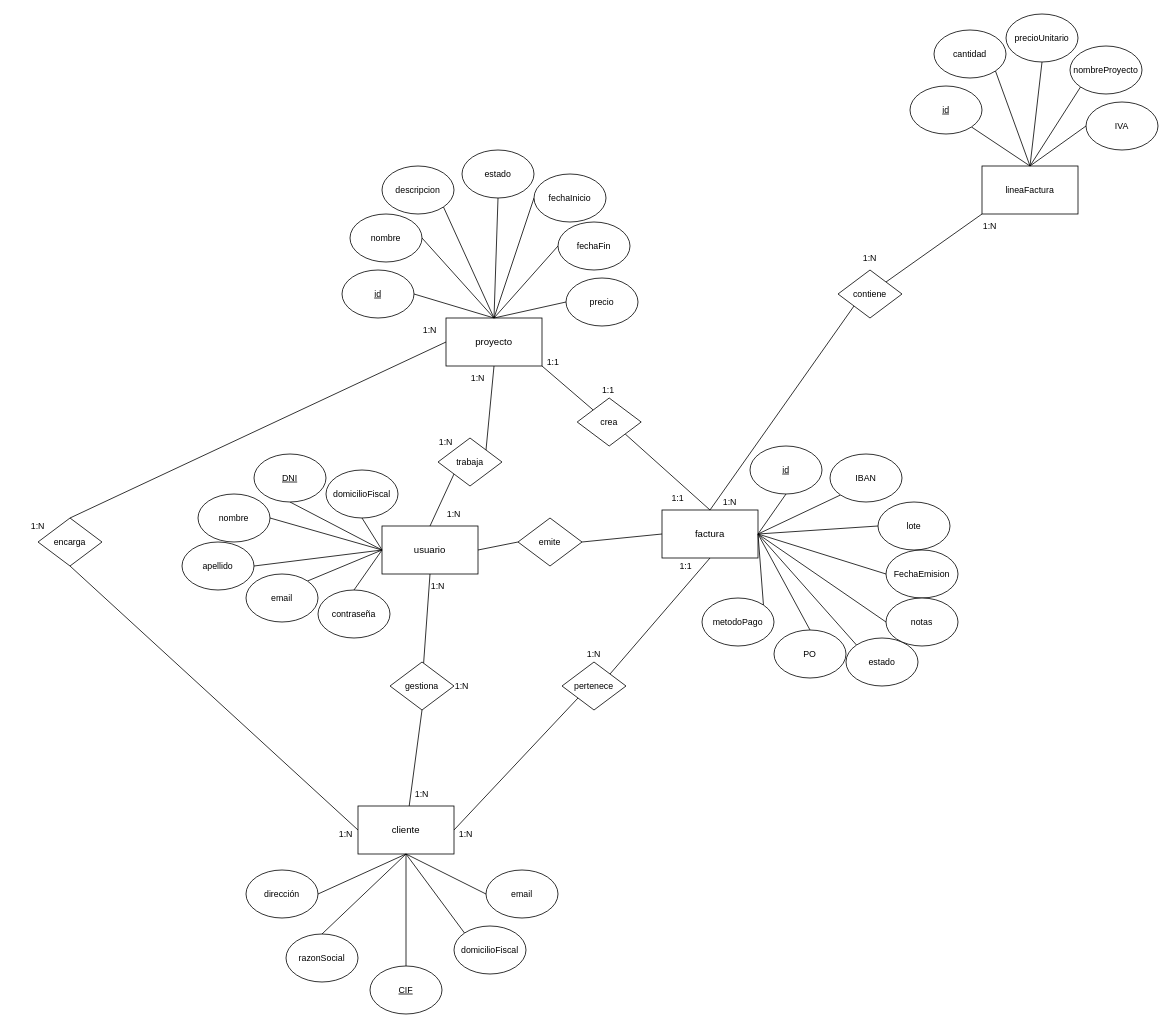
The draw.io diagram Diagrama sin título.drawio in DesSussu/CRUD, before the edit. Source tidied: cells renumbered, new cells numbered last; positions are measured from the earlier drawing's top-left corner, leaving out a move shared by most shapes. Both pictures are drawn from the tidied source at 80%, with x=0, y=0 at pixel (14, 14).
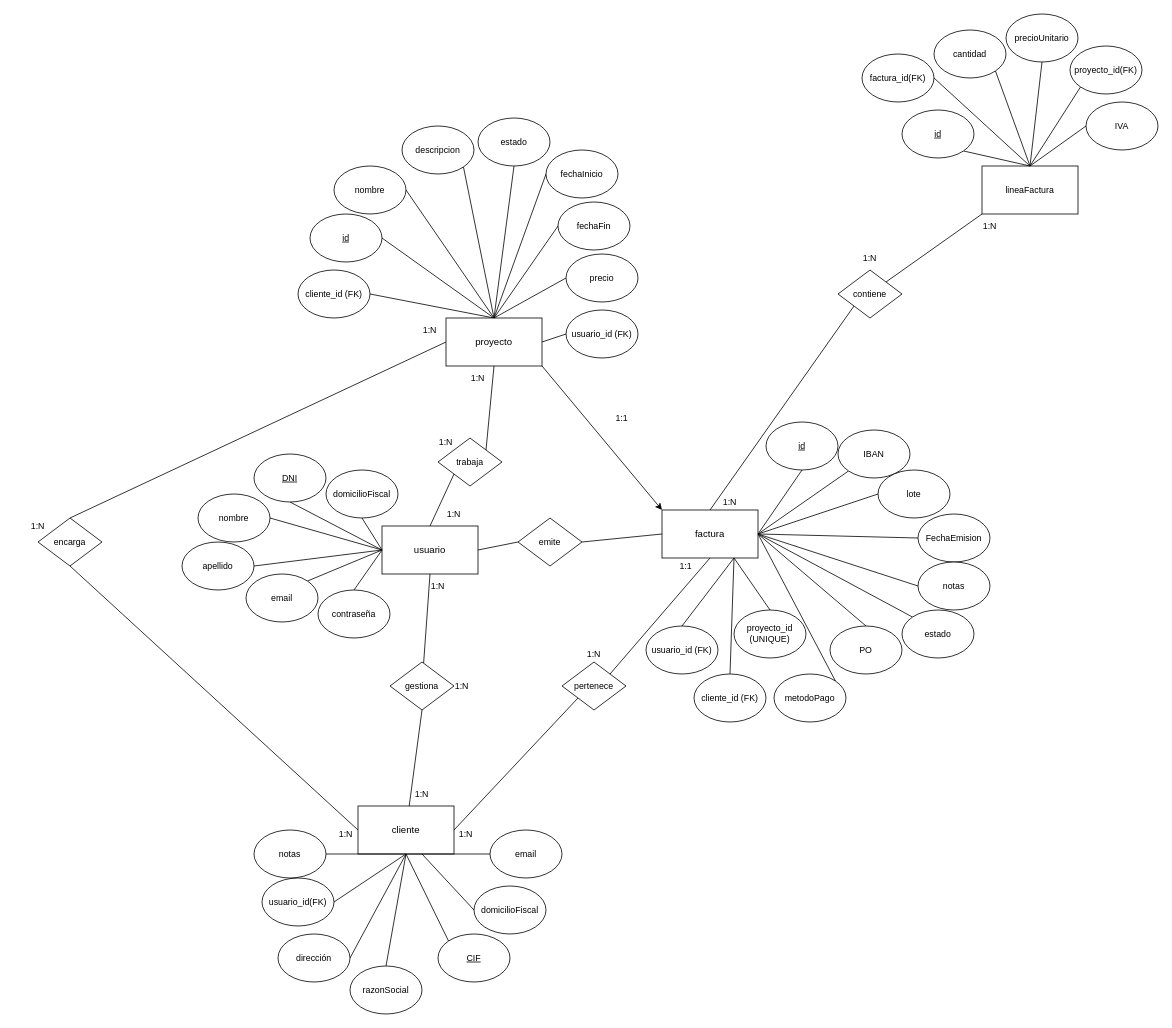
The same page after the edit.

The change refers to these unchanged cells:
```xml
<mxCell id="4" value="factura" style="rounded=0;whiteSpace=wrap;html=1;" parent="1" vertex="1">
  <mxGeometry x="810" y="620" width="120" height="60" as="geometry" />
</mxCell>
<mxCell id="5" value="cliente" style="rounded=0;whiteSpace=wrap;html=1;" parent="1" vertex="1">
  <mxGeometry x="430" y="990" width="120" height="60" as="geometry" />
</mxCell>
<mxCell id="11" value="proyecto" style="rounded=0;whiteSpace=wrap;html=1;" parent="1" vertex="1">
  <mxGeometry x="540" y="380" width="120" height="60" as="geometry" />
</mxCell>
```

The edit, as a diff of the source:
```diff
@@
+    <mxCell id="109" style="edgeStyle=none;shape=connector;rounded=0;jettySize=auto;html=1;exitX=0.5;exitY=1;exitDx=0;exitDy=0;entryX=1;entryY=0.5;entryDx=0;entryDy=0;strokeColor=default;align=center;verticalAlign=middle;fontFamily=Helvetica;fontSize=11;fontColor=default;labelBackgroundColor=default;startFill=0;endArrow=none;" parent="1" edge="1" source="5" target="117">
+      <mxGeometry relative="1" as="geometry" />
+    </mxCell>
@@
-    <mxCell id="9" style="edgeStyle=none;shape=connector;rounded=0;jettySize=auto;html=1;exitX=1;exitY=1;exitDx=0;exitDy=0;entryX=0;entryY=0;entryDx=0;entryDy=0;strokeColor=default;align=center;verticalAlign=middle;fontFamily=Helvetica;fontSize=11;fontColor=default;labelBackgroundColor=default;startFill=0;endArrow=none;" parent="1" edge="1" source="11" target="23">
-      <mxGeometry relative="1" as="geometry" />
-    </mxCell>
@@
+    <mxCell id="110" style="rounded=0;jettySize=auto;html=1;exitX=1;exitY=1;exitDx=0;exitDy=0;entryX=0;entryY=0;entryDx=0;entryDy=0;" parent="1" edge="1" source="11" target="4">
+      <mxGeometry relative="1" as="geometry" />
+    </mxCell>
+    <mxCell id="111" style="edgeStyle=none;shape=connector;rounded=0;jettySize=auto;html=1;exitX=0.5;exitY=0;exitDx=0;exitDy=0;entryX=1;entryY=0.5;entryDx=0;entryDy=0;strokeColor=default;align=center;verticalAlign=middle;fontFamily=Helvetica;fontSize=11;fontColor=default;labelBackgroundColor=default;startFill=0;endArrow=none;" parent="1" edge="1" source="11" target="118">
+      <mxGeometry relative="1" as="geometry" />
+    </mxCell>
+    <mxCell id="112" style="edgeStyle=none;shape=connector;rounded=0;jettySize=auto;html=1;exitX=1;exitY=0.5;exitDx=0;exitDy=0;entryX=0;entryY=0.5;entryDx=0;entryDy=0;strokeColor=default;align=center;verticalAlign=middle;fontFamily=Helvetica;fontSize=11;fontColor=default;labelBackgroundColor=default;startFill=0;endArrow=none;" parent="1" edge="1" source="11" target="119">
+      <mxGeometry relative="1" as="geometry" />
+    </mxCell>
@@
-    <mxCell id="22" style="edgeStyle=none;shape=connector;rounded=0;jettySize=auto;html=1;exitX=1;exitY=1;exitDx=0;exitDy=0;entryX=0.5;entryY=0;entryDx=0;entryDy=0;strokeColor=default;align=center;verticalAlign=middle;fontFamily=Helvetica;fontSize=11;fontColor=default;labelBackgroundColor=default;startFill=0;endArrow=none;" parent="1" edge="1" source="23" target="4">
-      <mxGeometry relative="1" as="geometry" />
-    </mxCell>
-    <mxCell id="23" value="crea" style="rhombus;whiteSpace=wrap;html=1;fontFamily=Helvetica;fontSize=11;fontColor=default;labelBackgroundColor=default;" parent="1" vertex="1">
-      <mxGeometry x="704" y="480" width="80" height="60" as="geometry" />
-    </mxCell>
@@
     <mxCell id="29" value="&lt;u&gt;id&lt;/u&gt;" style="ellipse;whiteSpace=wrap;html=1;fontFamily=Helvetica;fontSize=11;fontColor=default;labelBackgroundColor=default;" parent="1" vertex="1">
-      <mxGeometry x="410" y="320" width="90" height="60" as="geometry" />
+      <mxGeometry x="370" y="250" width="90" height="60" as="geometry" />
     </mxCell>
@@
     <mxCell id="31" value="nombre" style="ellipse;whiteSpace=wrap;html=1;fontFamily=Helvetica;fontSize=11;fontColor=default;labelBackgroundColor=default;" parent="1" vertex="1">
-      <mxGeometry x="420" y="250" width="90" height="60" as="geometry" />
+      <mxGeometry x="400" y="190" width="90" height="60" as="geometry" />
     </mxCell>
@@
     <mxCell id="33" value="descripcion" style="ellipse;whiteSpace=wrap;html=1;fontFamily=Helvetica;fontSize=11;fontColor=default;labelBackgroundColor=default;" parent="1" vertex="1">
-      <mxGeometry x="460" y="190" width="90" height="60" as="geometry" />
+      <mxGeometry x="485" y="140" width="90" height="60" as="geometry" />
     </mxCell>
@@
     <mxCell id="35" value="estado" style="ellipse;whiteSpace=wrap;html=1;fontFamily=Helvetica;fontSize=11;fontColor=default;labelBackgroundColor=default;" parent="1" vertex="1">
-      <mxGeometry x="560" y="170" width="90" height="60" as="geometry" />
+      <mxGeometry x="580" y="130" width="90" height="60" as="geometry" />
     </mxCell>
@@
     <mxCell id="37" value="fechaInicio" style="ellipse;whiteSpace=wrap;html=1;fontFamily=Helvetica;fontSize=11;fontColor=default;labelBackgroundColor=default;" parent="1" vertex="1">
-      <mxGeometry x="650" y="200" width="90" height="60" as="geometry" />
+      <mxGeometry x="665" y="170" width="90" height="60" as="geometry" />
     </mxCell>
@@
     <mxCell id="39" value="fechaFin" style="ellipse;whiteSpace=wrap;html=1;fontFamily=Helvetica;fontSize=11;fontColor=default;labelBackgroundColor=default;" parent="1" vertex="1">
-      <mxGeometry x="680" y="260" width="90" height="60" as="geometry" />
+      <mxGeometry x="680" y="235" width="90" height="60" as="geometry" />
     </mxCell>
@@
     <mxCell id="41" value="precio" style="ellipse;whiteSpace=wrap;html=1;fontFamily=Helvetica;fontSize=11;fontColor=default;labelBackgroundColor=default;" parent="1" vertex="1">
-      <mxGeometry x="690" y="330" width="90" height="60" as="geometry" />
+      <mxGeometry x="690" y="300" width="90" height="60" as="geometry" />
     </mxCell>
@@
-    <mxCell id="52" style="edgeStyle=none;shape=connector;rounded=0;jettySize=auto;html=1;exitX=0.5;exitY=0;exitDx=0;exitDy=0;strokeColor=default;align=center;verticalAlign=middle;fontFamily=Helvetica;fontSize=11;fontColor=default;labelBackgroundColor=default;startFill=0;endArrow=none;" parent="1" edge="1" source="53" target="5">
-      <mxGeometry relative="1" as="geometry" />
-    </mxCell>
+    <mxCell id="113" style="edgeStyle=none;shape=connector;rounded=0;jettySize=auto;html=1;exitX=0;exitY=0;exitDx=0;exitDy=0;strokeColor=default;align=center;verticalAlign=middle;fontFamily=Helvetica;fontSize=11;fontColor=default;labelBackgroundColor=default;startFill=0;endArrow=none;" parent="1" edge="1" source="53">
+      <mxGeometry relative="1" as="geometry">
+        <mxPoint x="490" y="1050" as="targetPoint" />
+      </mxGeometry>
+    </mxCell>
     <mxCell id="53" value="&lt;u&gt;CIF&lt;/u&gt;" style="ellipse;whiteSpace=wrap;html=1;fontFamily=Helvetica;fontSize=11;fontColor=default;labelBackgroundColor=default;" parent="1" vertex="1">
-      <mxGeometry x="445" y="1190" width="90" height="60" as="geometry" />
+      <mxGeometry x="530" y="1150" width="90" height="60" as="geometry" />
     </mxCell>
@@
     <mxCell id="57" value="razonSocial" style="ellipse;whiteSpace=wrap;html=1;fontFamily=Helvetica;fontSize=11;fontColor=default;labelBackgroundColor=default;" parent="1" vertex="1">
-      <mxGeometry x="340" y="1150" width="90" height="60" as="geometry" />
+      <mxGeometry x="420" y="1190" width="90" height="60" as="geometry" />
     </mxCell>
-    <mxCell id="58" style="edgeStyle=none;shape=connector;rounded=0;jettySize=auto;html=1;exitX=0;exitY=0;exitDx=0;exitDy=0;entryX=0.5;entryY=1;entryDx=0;entryDy=0;strokeColor=default;align=center;verticalAlign=middle;fontFamily=Helvetica;fontSize=11;fontColor=default;labelBackgroundColor=default;startFill=0;endArrow=none;" parent="1" edge="1" source="59" target="5">
-      <mxGeometry relative="1" as="geometry" />
-    </mxCell>
+    <mxCell id="114" style="edgeStyle=none;shape=connector;rounded=0;jettySize=auto;html=1;exitX=0;exitY=0.5;exitDx=0;exitDy=0;strokeColor=default;align=center;verticalAlign=middle;fontFamily=Helvetica;fontSize=11;fontColor=default;labelBackgroundColor=default;startFill=0;endArrow=none;" parent="1" edge="1" source="59">
+      <mxGeometry relative="1" as="geometry">
+        <mxPoint x="510" y="1050" as="targetPoint" />
+      </mxGeometry>
+    </mxCell>
     <mxCell id="59" value="domicilioFiscal" style="ellipse;whiteSpace=wrap;html=1;fontFamily=Helvetica;fontSize=11;fontColor=default;labelBackgroundColor=default;" parent="1" vertex="1">
-      <mxGeometry x="550" y="1140" width="90" height="60" as="geometry" />
+      <mxGeometry x="575" y="1090" width="90" height="60" as="geometry" />
     </mxCell>
@@
     <mxCell id="61" value="&lt;u&gt;id&lt;/u&gt;" style="ellipse;whiteSpace=wrap;html=1;fontFamily=Helvetica;fontSize=11;fontColor=default;labelBackgroundColor=default;" parent="1" vertex="1">
-      <mxGeometry x="920" y="540" width="90" height="60" as="geometry" />
+      <mxGeometry x="940" y="510" width="90" height="60" as="geometry" />
     </mxCell>
@@
     <mxCell id="63" value="IBAN" style="ellipse;whiteSpace=wrap;html=1;fontFamily=Helvetica;fontSize=11;fontColor=default;labelBackgroundColor=default;" parent="1" vertex="1">
-      <mxGeometry x="1020" y="550" width="90" height="60" as="geometry" />
+      <mxGeometry x="1030" y="520" width="90" height="60" as="geometry" />
     </mxCell>
@@
     <mxCell id="65" value="lote" style="ellipse;whiteSpace=wrap;html=1;fontFamily=Helvetica;fontSize=11;fontColor=default;labelBackgroundColor=default;" parent="1" vertex="1">
-      <mxGeometry x="1080" y="610" width="90" height="60" as="geometry" />
+      <mxGeometry x="1080" y="570" width="90" height="60" as="geometry" />
     </mxCell>
@@
     <mxCell id="67" value="FechaEmision" style="ellipse;whiteSpace=wrap;html=1;fontFamily=Helvetica;fontSize=11;fontColor=default;labelBackgroundColor=default;" parent="1" vertex="1">
-      <mxGeometry x="1090" y="670" width="90" height="60" as="geometry" />
+      <mxGeometry x="1130" y="625" width="90" height="60" as="geometry" />
     </mxCell>
@@
     <mxCell id="69" value="estado" style="ellipse;whiteSpace=wrap;html=1;fontFamily=Helvetica;fontSize=11;fontColor=default;labelBackgroundColor=default;" parent="1" vertex="1">
-      <mxGeometry x="1040" y="780" width="90" height="60" as="geometry" />
+      <mxGeometry x="1110" y="745" width="90" height="60" as="geometry" />
     </mxCell>
@@
     <mxCell id="71" value="metodoPago" style="ellipse;whiteSpace=wrap;html=1;fontFamily=Helvetica;fontSize=11;fontColor=default;labelBackgroundColor=default;" parent="1" vertex="1">
-      <mxGeometry x="860" y="730" width="90" height="60" as="geometry" />
+      <mxGeometry x="950" y="825" width="90" height="60" as="geometry" />
     </mxCell>
@@
     <mxCell id="73" value="PO" style="ellipse;whiteSpace=wrap;html=1;fontFamily=Helvetica;fontSize=11;fontColor=default;labelBackgroundColor=default;" parent="1" vertex="1">
-      <mxGeometry x="950" y="770" width="90" height="60" as="geometry" />
+      <mxGeometry x="1020" y="765" width="90" height="60" as="geometry" />
     </mxCell>
@@
     <mxCell id="75" value="notas" style="ellipse;whiteSpace=wrap;html=1;fontFamily=Helvetica;fontSize=11;fontColor=default;labelBackgroundColor=default;" parent="1" vertex="1">
-      <mxGeometry x="1090" y="730" width="90" height="60" as="geometry" />
+      <mxGeometry x="1130" y="685" width="90" height="60" as="geometry" />
     </mxCell>
@@
     <mxCell id="77" value="email" style="ellipse;whiteSpace=wrap;html=1;fontFamily=Helvetica;fontSize=11;fontColor=default;labelBackgroundColor=default;" parent="1" vertex="1">
-      <mxGeometry x="590" y="1070" width="90" height="60" as="geometry" />
+      <mxGeometry x="595" y="1020" width="90" height="60" as="geometry" />
     </mxCell>
@@
     <mxCell id="79" value="dirección" style="ellipse;whiteSpace=wrap;html=1;fontFamily=Helvetica;fontSize=11;fontColor=default;labelBackgroundColor=default;" parent="1" vertex="1">
-      <mxGeometry x="290" y="1070" width="90" height="60" as="geometry" />
+      <mxGeometry x="330" y="1150" width="90" height="60" as="geometry" />
     </mxCell>
@@
     <mxCell id="81" value="&lt;u&gt;id&lt;/u&gt;" style="ellipse;whiteSpace=wrap;html=1;fontFamily=Helvetica;fontSize=11;fontColor=default;labelBackgroundColor=default;" parent="1" vertex="1">
-      <mxGeometry x="1120" y="90" width="90" height="60" as="geometry" />
+      <mxGeometry x="1110" y="120" width="90" height="60" as="geometry" />
     </mxCell>
@@
-    <mxCell id="87" value="nombreProyecto" style="ellipse;whiteSpace=wrap;html=1;fontFamily=Helvetica;fontSize=11;fontColor=default;labelBackgroundColor=default;" parent="1" vertex="1">
+    <mxCell id="87" value="proyecto_id(FK)" style="ellipse;whiteSpace=wrap;html=1;fontFamily=Helvetica;fontSize=11;fontColor=default;labelBackgroundColor=default;" parent="1" vertex="1">
       <mxGeometry x="1320" y="40" width="90" height="60" as="geometry" />
     </mxCell>
@@
-    <mxCell id="97" value="1:1" style="text;html=1;align=center;verticalAlign=middle;whiteSpace=wrap;rounded=0;fontFamily=Helvetica;fontSize=11;fontColor=default;labelBackgroundColor=default;" parent="1" vertex="1">
-      <mxGeometry x="800" y="590" width="60" height="30" as="geometry" />
-    </mxCell>
     <mxCell id="98" value="1:1" style="text;html=1;align=center;verticalAlign=middle;whiteSpace=wrap;rounded=0;fontFamily=Helvetica;fontSize=11;fontColor=default;labelBackgroundColor=default;" parent="1" vertex="1">
-      <mxGeometry x="644" y="420" width="60" height="30" as="geometry" />
+      <mxGeometry x="730" y="490" width="60" height="30" as="geometry" />
     </mxCell>
-    <mxCell id="99" value="1:1" style="text;html=1;align=center;verticalAlign=middle;whiteSpace=wrap;rounded=0;fontFamily=Helvetica;fontSize=11;fontColor=default;labelBackgroundColor=default;" parent="1" vertex="1">
-      <mxGeometry x="713" y="455" width="60" height="30" as="geometry" />
-    </mxCell>
@@
+    <mxCell id="115" style="rounded=0;jettySize=auto;html=1;exitX=0.5;exitY=0;exitDx=0;exitDy=0;entryX=0.75;entryY=1;entryDx=0;entryDy=0;endArrow=none;startFill=0;" parent="1" edge="1" source="116" target="4">
+      <mxGeometry relative="1" as="geometry" />
+    </mxCell>
+    <mxCell id="116" value="proyecto_id&lt;div&gt;(UNIQUE)&lt;/div&gt;" style="ellipse;whiteSpace=wrap;html=1;fontFamily=Helvetica;fontSize=11;fontColor=default;labelBackgroundColor=default;" parent="1" vertex="1">
+      <mxGeometry x="900" y="745" width="90" height="60" as="geometry" />
+    </mxCell>
+    <mxCell id="117" value="usuario_id(FK)" style="ellipse;whiteSpace=wrap;html=1;fontFamily=Helvetica;fontSize=11;fontColor=default;labelBackgroundColor=default;" parent="1" vertex="1">
+      <mxGeometry x="310" y="1080" width="90" height="60" as="geometry" />
+    </mxCell>
+    <mxCell id="118" value="cliente_id (FK)" style="ellipse;whiteSpace=wrap;html=1;fontFamily=Helvetica;fontSize=11;fontColor=default;labelBackgroundColor=default;" parent="1" vertex="1">
+      <mxGeometry x="355" y="320" width="90" height="60" as="geometry" />
+    </mxCell>
+    <mxCell id="119" value="usuario_id (FK)" style="ellipse;whiteSpace=wrap;html=1;fontFamily=Helvetica;fontSize=11;fontColor=default;labelBackgroundColor=default;" parent="1" vertex="1">
+      <mxGeometry x="690" y="370" width="90" height="60" as="geometry" />
+    </mxCell>
+    <mxCell id="120" style="edgeStyle=none;shape=connector;rounded=0;jettySize=auto;html=1;exitX=0.5;exitY=0;exitDx=0;exitDy=0;entryX=0.75;entryY=1;entryDx=0;entryDy=0;strokeColor=default;align=center;verticalAlign=middle;fontFamily=Helvetica;fontSize=11;fontColor=default;labelBackgroundColor=default;startFill=0;endArrow=none;" parent="1" edge="1" source="121" target="4">
+      <mxGeometry relative="1" as="geometry" />
+    </mxCell>
+    <mxCell id="121" value="usuario_id (FK)" style="ellipse;whiteSpace=wrap;html=1;fontFamily=Helvetica;fontSize=11;fontColor=default;labelBackgroundColor=default;" parent="1" vertex="1">
+      <mxGeometry x="790" y="765" width="90" height="60" as="geometry" />
+    </mxCell>
+    <mxCell id="122" style="edgeStyle=none;shape=connector;rounded=0;jettySize=auto;html=1;exitX=1;exitY=0.5;exitDx=0;exitDy=0;entryX=0.5;entryY=1;entryDx=0;entryDy=0;strokeColor=default;align=center;verticalAlign=middle;fontFamily=Helvetica;fontSize=11;fontColor=default;labelBackgroundColor=default;startFill=0;endArrow=none;" parent="1" edge="1" source="123" target="5">
+      <mxGeometry relative="1" as="geometry" />
+    </mxCell>
+    <mxCell id="123" value="notas" style="ellipse;whiteSpace=wrap;html=1;fontFamily=Helvetica;fontSize=11;fontColor=default;labelBackgroundColor=default;" parent="1" vertex="1">
+      <mxGeometry x="300" y="1020" width="90" height="60" as="geometry" />
+    </mxCell>
+    <mxCell id="124" style="edgeStyle=none;shape=connector;rounded=0;jettySize=auto;html=1;exitX=1;exitY=0.5;exitDx=0;exitDy=0;strokeColor=default;align=center;verticalAlign=middle;fontFamily=Helvetica;fontSize=11;fontColor=default;labelBackgroundColor=default;startFill=0;endArrow=none;" parent="1" edge="1" source="125">
+      <mxGeometry relative="1" as="geometry">
+        <mxPoint x="1270" y="190" as="targetPoint" />
+      </mxGeometry>
+    </mxCell>
+    <mxCell id="125" value="factura_id(FK)" style="ellipse;whiteSpace=wrap;html=1;fontFamily=Helvetica;fontSize=11;fontColor=default;labelBackgroundColor=default;" parent="1" vertex="1">
+      <mxGeometry x="1060" y="50" width="90" height="60" as="geometry" />
+    </mxCell>
+    <mxCell id="126" style="edgeStyle=none;shape=connector;rounded=0;jettySize=auto;html=1;exitX=0.5;exitY=0;exitDx=0;exitDy=0;entryX=0.75;entryY=1;entryDx=0;entryDy=0;strokeColor=default;align=center;verticalAlign=middle;fontFamily=Helvetica;fontSize=11;fontColor=default;labelBackgroundColor=default;startFill=0;endArrow=none;" parent="1" edge="1" source="127" target="4">
+      <mxGeometry relative="1" as="geometry" />
+    </mxCell>
+    <mxCell id="127" value="cliente_id (FK)" style="ellipse;whiteSpace=wrap;html=1;fontFamily=Helvetica;fontSize=11;fontColor=default;labelBackgroundColor=default;" parent="1" vertex="1">
+      <mxGeometry x="850" y="825" width="90" height="60" as="geometry" />
+    </mxCell>
```
